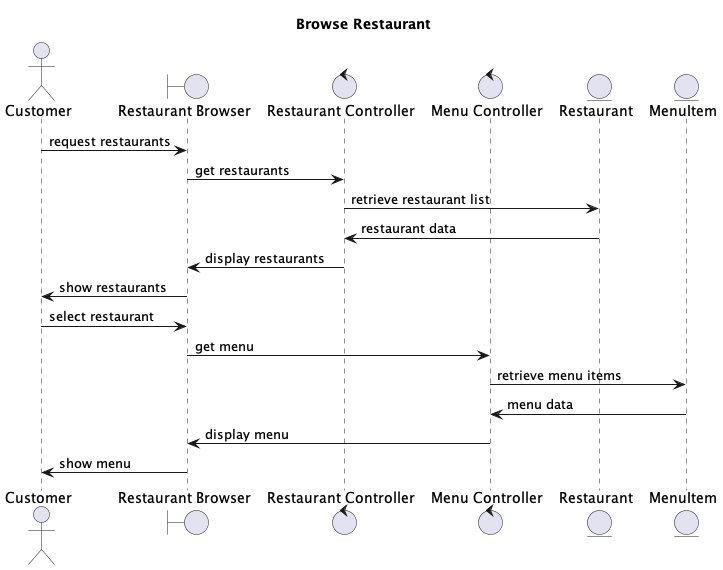
The PlantUML diagram Analysis/BrowseRestaurant_Robustness/BrowseRestaurant_Robustness.png in nongxu/CSCI_6234_Spring_2026_G02, before a commit. Its diagram source:
```plantuml
@startuml
title Browse Restaurant

actor Customer

boundary "Restaurant Browser" as browser

control "Restaurant Controller" as restaurantCtrol
control "Menu Controller" as menuCtrl

entity "Restaurant" as restaurant
entity "MenuItem" as menuItem

Customer -> browser : request restaurants
browser -> restaurantCtrol : get restaurants
restaurantCtrol -> restaurant : retrieve restaurant list
restaurant -> restaurantCtrol : restaurant data
restaurantCtrol -> browser : display restaurants
browser -> Customer : show restaurants
Customer -> browser : select restaurant
browser -> menuCtrl : get menu
menuCtrl -> menuItem : retrieve menu items
menuItem -> menuCtrl : menu data
menuCtrl -> browser : display menu
browser -> Customer : show menu

@enduml
```
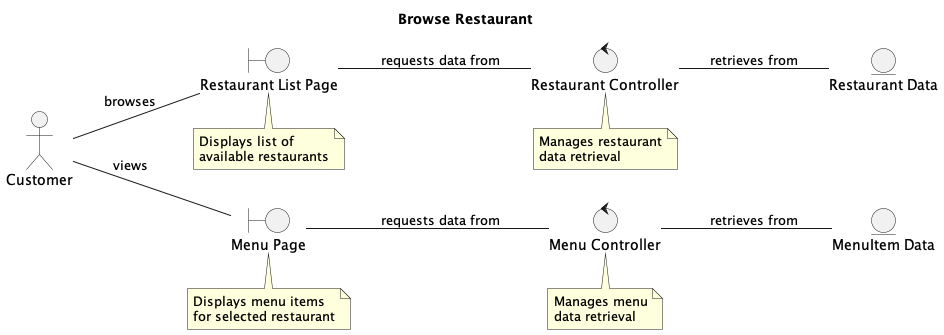
Later version of the same file.

Diff of the diagram source:
```diff
@@ -1,27 +1,44 @@
 @startuml
+left to right direction
+
 title Browse Restaurant
 
 actor Customer
 
-boundary "Restaurant Browser" as browser
+boundary "Restaurant List Page" as restaurantList
+boundary "Menu Page" as menuPage
 
 control "Restaurant Controller" as restaurantCtrol
 control "Menu Controller" as menuCtrl
 
-entity "Restaurant" as restaurant
-entity "MenuItem" as menuItem
+entity "Restaurant Data" as restaurant
+entity "MenuItem Data" as menuItem
 
-Customer -> browser : request restaurants
-browser -> restaurantCtrol : get restaurants
-restaurantCtrol -> restaurant : retrieve restaurant list
-restaurant -> restaurantCtrol : restaurant data
-restaurantCtrol -> browser : display restaurants
-browser -> Customer : show restaurants
-Customer -> browser : select restaurant
-browser -> menuCtrl : get menu
-menuCtrl -> menuItem : retrieve menu items
-menuItem -> menuCtrl : menu data
-menuCtrl -> browser : display menu
-browser -> Customer : show menu
+Customer -- restaurantList : browses
+Customer -- menuPage : views
+restaurantList -- restaurantCtrol : requests data from
+menuPage -- menuCtrl : requests data from
+restaurantCtrol -- restaurant : retrieves from
+menuCtrl -- menuItem : retrieves from
+
+note bottom of restaurantList
+    Displays list of
+    available restaurants
+end note
+
+note bottom of menuPage
+    Displays menu items
+    for selected restaurant
+end note
+
+note bottom of restaurantCtrol
+    Manages restaurant
+    data retrieval
+end note
+
+note bottom of menuCtrl
+    Manages menu
+    data retrieval
+end note
 
 @enduml
```
